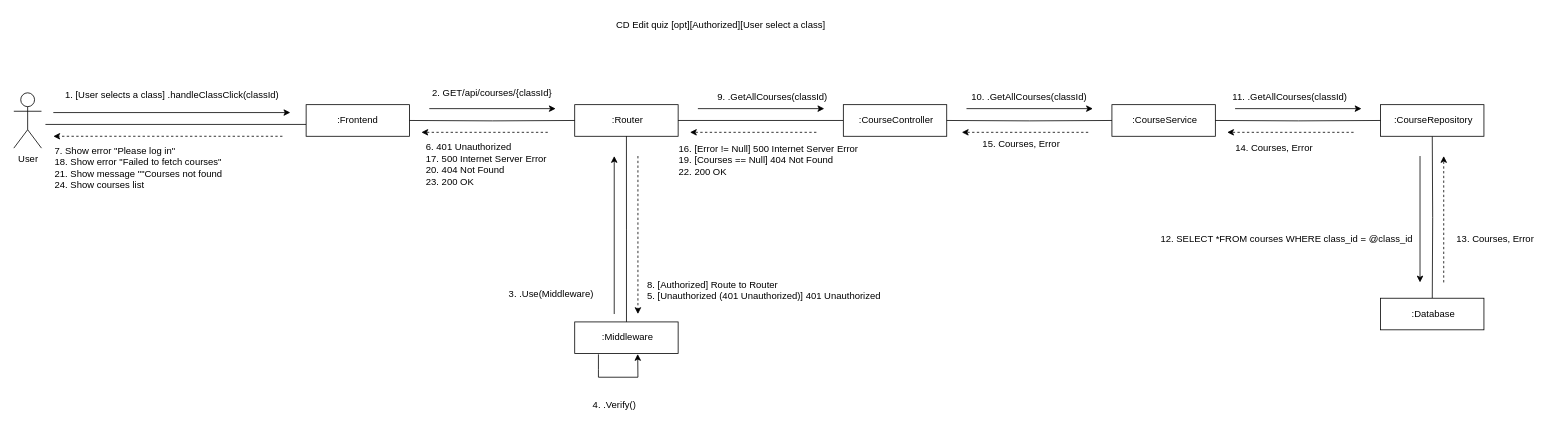
Earlier version of the draw.io diagram page "CD-Edit-quiz-opt [Authorized][User select a class]" (3 of 6) of CD-Edit-Quiz/CD-Edit-Quiz.drawio (CS371-Project-Management/CS371-Collaboration-Diagram). Source tidied: cells renumbered, new cells numbered last; positions are measured from the earlier drawing's top-left corner, leaving out a move shared by most shapes. Both pictures are drawn from the tidied source at 79%, with x=0, y=0 at pixel (13, 13).
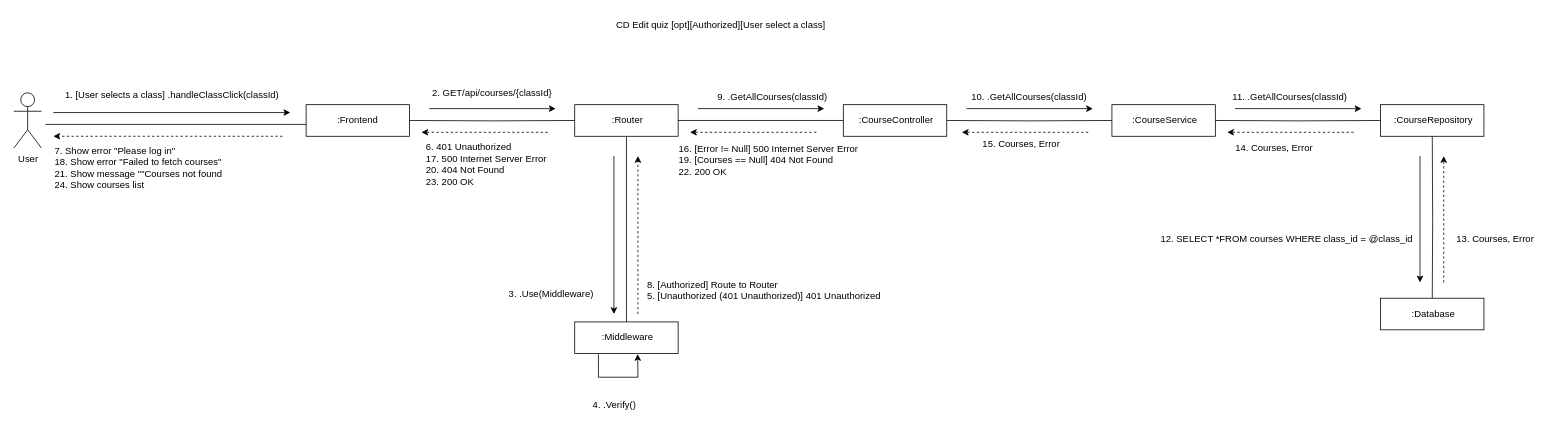
The same page after the edit.

The edit, as a diff of the source:
```diff
@@
-    <mxCell id="18" style="endArrow=classic;html=1;rounded=0;" parent="1" edge="1">
+    <mxCell id="18" style="endArrow=classic;html=1;rounded=0;dashed=1;" parent="1" edge="1">
       <mxGeometry relative="1" as="geometry">
-        <mxPoint x="760" y="380" as="sourcePoint" />
-        <mxPoint x="760" y="180" as="targetPoint" />
+        <mxPoint x="790" y="380" as="sourcePoint" />
+        <mxPoint x="790" y="180" as="targetPoint" />
       </mxGeometry>
     </mxCell>
-    <mxCell id="19" style="endArrow=classic;html=1;rounded=0;dashed=1;" parent="1" edge="1">
+    <mxCell id="19" style="endArrow=classic;html=1;rounded=0;" parent="1" edge="1">
       <mxGeometry relative="1" as="geometry">
-        <mxPoint x="790" y="180" as="sourcePoint" />
-        <mxPoint x="790" y="380" as="targetPoint" />
+        <mxPoint x="759.6" y="180" as="sourcePoint" />
+        <mxPoint x="759.6" y="380" as="targetPoint" />
       </mxGeometry>
     </mxCell>
```
